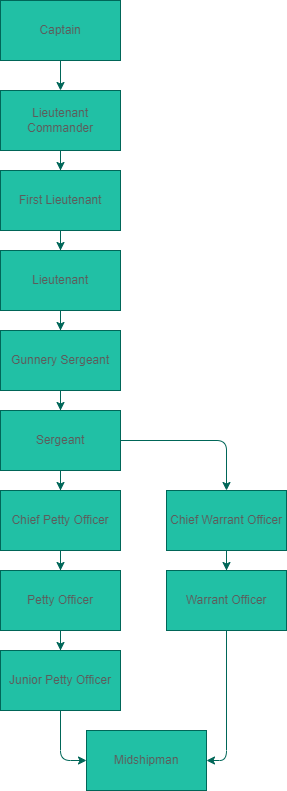
Above: ChainofCommand.drawio.png in Bobbanz1/The-NSV-Chart (draw.io), before the change. Source tidied: cells renumbered, new cells last; positions are measured from the earlier drawing's top-left corner, leaving out a move shared by most shapes.
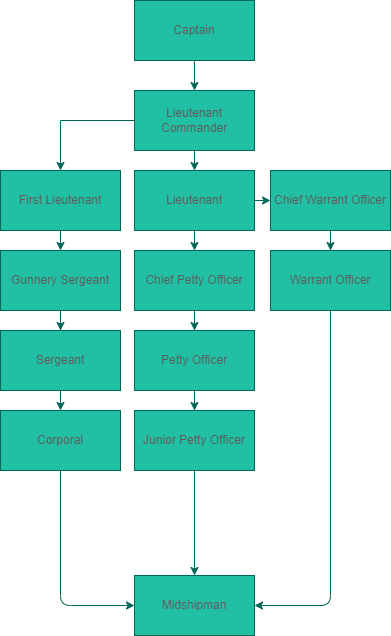
Above is the later version.

Diff of the diagram source:
```diff
@@ -11,68 +11,77 @@
     <mxCell id="4" style="edgeStyle=orthogonalEdgeStyle;rounded=0;jettySize=auto;html=1;strokeColor=#006658;fontColor=#5C5C5C;" parent="1" edge="1" source="5" target="7">
       <mxGeometry relative="1" as="geometry" />
     </mxCell>
+    <mxCell id="26" style="edgeStyle=orthogonalEdgeStyle;curved=0;rounded=1;sketch=0;jettySize=auto;html=1;exitX=0.5;exitY=1;exitDx=0;exitDy=0;entryX=0.5;entryY=0;entryDx=0;entryDy=0;fontColor=#5C5C5C;strokeColor=#006658;fillColor=#21C0A5;" parent="1" edge="1" source="5" target="9">
+      <mxGeometry relative="1" as="geometry" />
+    </mxCell>
     <mxCell id="5" value="Lieutenant Commander" style="rounded=0;whiteSpace=wrap;html=1;fillColor=#21C0A5;strokeColor=#006658;fontColor=#5C5C5C;" parent="1" vertex="1">
       <mxGeometry y="90" width="120" height="60" as="geometry" />
     </mxCell>
-    <mxCell id="6" style="edgeStyle=orthogonalEdgeStyle;rounded=0;jettySize=auto;html=1;strokeColor=#006658;fontColor=#5C5C5C;" parent="1" edge="1" source="7" target="9">
-      <mxGeometry relative="1" as="geometry" />
-    </mxCell>
+    <mxCell id="27" style="edgeStyle=orthogonalEdgeStyle;curved=0;rounded=1;sketch=0;jettySize=auto;html=1;exitX=0.5;exitY=1;exitDx=0;exitDy=0;entryX=0.5;entryY=0;entryDx=0;entryDy=0;fontColor=#5C5C5C;strokeColor=#006658;fillColor=#21C0A5;" parent="1" edge="1" source="7" target="11">
+      <mxGeometry relative="1" as="geometry" />
+    </mxCell>
     <mxCell id="7" value="First Lieutenant" style="rounded=0;whiteSpace=wrap;html=1;fillColor=#21C0A5;strokeColor=#006658;fontColor=#5C5C5C;" parent="1" vertex="1">
-      <mxGeometry y="170" width="120" height="60" as="geometry" />
+      <mxGeometry x="-134" y="170" width="120" height="60" as="geometry" />
     </mxCell>
-    <mxCell id="8" style="edgeStyle=orthogonalEdgeStyle;rounded=0;jettySize=auto;html=1;strokeColor=#006658;fontColor=#5C5C5C;" parent="1" edge="1" source="9" target="11">
-      <mxGeometry relative="1" as="geometry" />
-    </mxCell>
+    <mxCell id="28" style="edgeStyle=orthogonalEdgeStyle;curved=0;rounded=1;sketch=0;jettySize=auto;html=1;exitX=0.5;exitY=1;exitDx=0;exitDy=0;entryX=0.5;entryY=0;entryDx=0;entryDy=0;fontColor=#5C5C5C;strokeColor=#006658;fillColor=#21C0A5;" parent="1" edge="1" source="9" target="16">
+      <mxGeometry relative="1" as="geometry" />
+    </mxCell>
+    <mxCell id="29" style="edgeStyle=orthogonalEdgeStyle;curved=0;rounded=1;sketch=0;jettySize=auto;html=1;exitX=1;exitY=0.5;exitDx=0;exitDy=0;entryX=0;entryY=0.5;entryDx=0;entryDy=0;fontColor=#5C5C5C;strokeColor=#006658;fillColor=#21C0A5;" parent="1" edge="1" source="9" target="22">
+      <mxGeometry relative="1" as="geometry" />
+    </mxCell>
     <mxCell id="9" value="Lieutenant" style="whiteSpace=wrap;html=1;rounded=0;fillColor=#21C0A5;strokeColor=#006658;fontColor=#5C5C5C;" parent="1" vertex="1">
-      <mxGeometry y="250" width="120" height="60" as="geometry" />
+      <mxGeometry y="170" width="120" height="60" as="geometry" />
     </mxCell>
     <mxCell id="10" style="edgeStyle=orthogonalEdgeStyle;rounded=0;jettySize=auto;html=1;strokeColor=#006658;fontColor=#5C5C5C;" parent="1" edge="1" source="11" target="14">
       <mxGeometry relative="1" as="geometry" />
     </mxCell>
     <mxCell id="11" value="Gunnery Sergeant" style="whiteSpace=wrap;html=1;rounded=0;fillColor=#21C0A5;strokeColor=#006658;fontColor=#5C5C5C;" parent="1" vertex="1">
-      <mxGeometry y="330" width="120" height="60" as="geometry" />
+      <mxGeometry x="-134" y="250" width="120" height="60" as="geometry" />
     </mxCell>
-    <mxCell id="12" style="edgeStyle=orthogonalEdgeStyle;rounded=0;jettySize=auto;html=1;strokeColor=#006658;fontColor=#5C5C5C;" parent="1" edge="1" source="14" target="16">
-      <mxGeometry relative="1" as="geometry" />
-    </mxCell>
-    <mxCell id="13" style="edgeStyle=orthogonalEdgeStyle;curved=0;rounded=1;sketch=0;jettySize=auto;html=1;exitX=1;exitY=0.5;exitDx=0;exitDy=0;entryX=0.5;entryY=0;entryDx=0;entryDy=0;fontColor=#5C5C5C;strokeColor=#006658;fillColor=#21C0A5;" parent="1" edge="1" source="14" target="22">
-      <mxGeometry relative="1" as="geometry" />
-    </mxCell>
+    <mxCell id="30" style="edgeStyle=orthogonalEdgeStyle;curved=0;rounded=1;sketch=0;jettySize=auto;html=1;fontColor=#5C5C5C;strokeColor=#006658;fillColor=#21C0A5;" parent="1" edge="1" source="14" target="32">
+      <mxGeometry relative="1" as="geometry" />
+    </mxCell>
     <mxCell id="14" value="Sergeant" style="whiteSpace=wrap;html=1;rounded=0;fillColor=#21C0A5;strokeColor=#006658;fontColor=#5C5C5C;" parent="1" vertex="1">
-      <mxGeometry y="410" width="120" height="60" as="geometry" />
+      <mxGeometry x="-134" y="330" width="120" height="60" as="geometry" />
     </mxCell>
     <mxCell id="15" style="edgeStyle=orthogonalEdgeStyle;rounded=0;jettySize=auto;html=1;strokeColor=#006658;fontColor=#5C5C5C;" parent="1" edge="1" source="16" target="18">
       <mxGeometry relative="1" as="geometry" />
     </mxCell>
     <mxCell id="16" value="Chief Petty Officer" style="whiteSpace=wrap;html=1;rounded=0;fillColor=#21C0A5;strokeColor=#006658;fontColor=#5C5C5C;" parent="1" vertex="1">
-      <mxGeometry y="490" width="120" height="60" as="geometry" />
+      <mxGeometry y="250" width="120" height="60" as="geometry" />
     </mxCell>
     <mxCell id="17" style="edgeStyle=orthogonalEdgeStyle;rounded=0;jettySize=auto;html=1;strokeColor=#006658;fontColor=#5C5C5C;" parent="1" edge="1" source="18" target="20">
       <mxGeometry relative="1" as="geometry" />
     </mxCell>
     <mxCell id="18" value="Petty Officer" style="whiteSpace=wrap;html=1;rounded=0;fillColor=#21C0A5;strokeColor=#006658;fontColor=#5C5C5C;" parent="1" vertex="1">
-      <mxGeometry y="570" width="120" height="60" as="geometry" />
+      <mxGeometry y="330" width="120" height="60" as="geometry" />
     </mxCell>
-    <mxCell id="19" style="edgeStyle=orthogonalEdgeStyle;curved=0;rounded=1;sketch=0;jettySize=auto;html=1;exitX=0.5;exitY=1;exitDx=0;exitDy=0;entryX=0;entryY=0.5;entryDx=0;entryDy=0;fontColor=#5C5C5C;strokeColor=#006658;fillColor=#21C0A5;" parent="1" edge="1" source="20" target="25">
+    <mxCell id="19" style="edgeStyle=orthogonalEdgeStyle;curved=0;rounded=1;sketch=0;jettySize=auto;html=1;exitX=0.5;exitY=1;exitDx=0;exitDy=0;entryX=0.5;entryY=0;entryDx=0;entryDy=0;fontColor=#5C5C5C;strokeColor=#006658;fillColor=#21C0A5;" parent="1" edge="1" source="20" target="25">
       <mxGeometry relative="1" as="geometry" />
     </mxCell>
     <mxCell id="20" value="Junior Petty Officer" style="whiteSpace=wrap;html=1;rounded=0;fillColor=#21C0A5;strokeColor=#006658;fontColor=#5C5C5C;" parent="1" vertex="1">
-      <mxGeometry y="650" width="120" height="60" as="geometry" />
+      <mxGeometry y="410" width="120" height="60" as="geometry" />
     </mxCell>
     <mxCell id="21" style="edgeStyle=orthogonalEdgeStyle;rounded=0;jettySize=auto;html=1;strokeColor=#006658;fontColor=#5C5C5C;" parent="1" edge="1" source="22" target="24">
       <mxGeometry relative="1" as="geometry" />
     </mxCell>
     <mxCell id="22" value="Chief Warrant Officer" style="whiteSpace=wrap;html=1;rounded=0;fillColor=#21C0A5;strokeColor=#006658;fontColor=#5C5C5C;" parent="1" vertex="1">
-      <mxGeometry x="166" y="490" width="120" height="60" as="geometry" />
+      <mxGeometry x="136" y="170" width="120" height="60" as="geometry" />
     </mxCell>
-    <mxCell id="23" style="edgeStyle=orthogonalEdgeStyle;curved=0;rounded=1;sketch=0;jettySize=auto;html=1;entryX=1;entryY=0.5;entryDx=0;entryDy=0;fontColor=#5C5C5C;strokeColor=#006658;fillColor=#21C0A5;exitX=0.5;exitY=1;exitDx=0;exitDy=0;" parent="1" edge="1" source="24" target="25">
+    <mxCell id="23" style="edgeStyle=orthogonalEdgeStyle;curved=0;rounded=1;sketch=0;jettySize=auto;html=1;exitX=0.5;exitY=1;exitDx=0;exitDy=0;entryX=1;entryY=0.5;entryDx=0;entryDy=0;fontColor=#5C5C5C;strokeColor=#006658;fillColor=#21C0A5;" parent="1" edge="1" source="24" target="25">
       <mxGeometry relative="1" as="geometry" />
     </mxCell>
     <mxCell id="24" value="Warrant Officer" style="whiteSpace=wrap;html=1;rounded=0;fillColor=#21C0A5;strokeColor=#006658;fontColor=#5C5C5C;" parent="1" vertex="1">
-      <mxGeometry x="166" y="570" width="120" height="60" as="geometry" />
+      <mxGeometry x="136" y="250" width="120" height="60" as="geometry" />
     </mxCell>
     <mxCell id="25" value="Midshipman" style="whiteSpace=wrap;html=1;rounded=0;fillColor=#21C0A5;strokeColor=#006658;fontColor=#5C5C5C;" parent="1" vertex="1">
-      <mxGeometry x="86" y="730" width="120" height="60" as="geometry" />
+      <mxGeometry y="575" width="120" height="60" as="geometry" />
     </mxCell>
+    <mxCell id="31" style="edgeStyle=orthogonalEdgeStyle;curved=0;rounded=1;sketch=0;jettySize=auto;html=1;entryX=0;entryY=0.5;entryDx=0;entryDy=0;fontColor=#5C5C5C;strokeColor=#006658;fillColor=#21C0A5;exitX=0.5;exitY=1;exitDx=0;exitDy=0;" parent="1" edge="1" source="32" target="25">
+      <mxGeometry relative="1" as="geometry" />
+    </mxCell>
+    <mxCell id="32" value="Corporal" style="whiteSpace=wrap;html=1;fillColor=#21C0A5;strokeColor=#006658;fontColor=#5C5C5C;rounded=0;" parent="1" vertex="1">
+      <mxGeometry x="-134" y="410" width="120" height="60" as="geometry" />
+    </mxCell>
   </root>
 </mxGraphModel>
```
